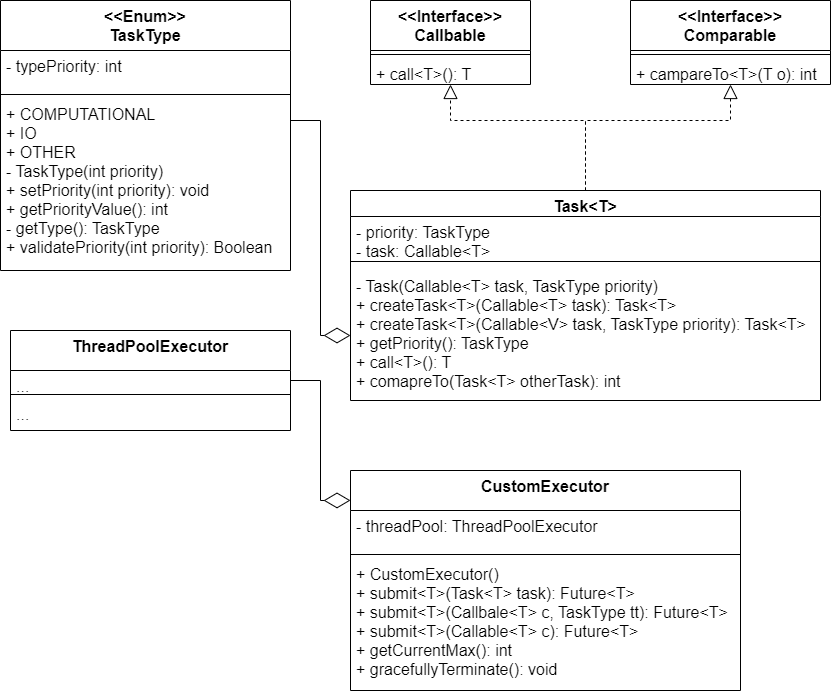
Sari-Saif/OOP.Assignment2 keeps this draw.io diagram as UML_part_B.png. Above is the earlier version. Source tidied: cells renumbered, new cells last; positions are measured from the earlier drawing's top-left corner, leaving out a move shared by most shapes.
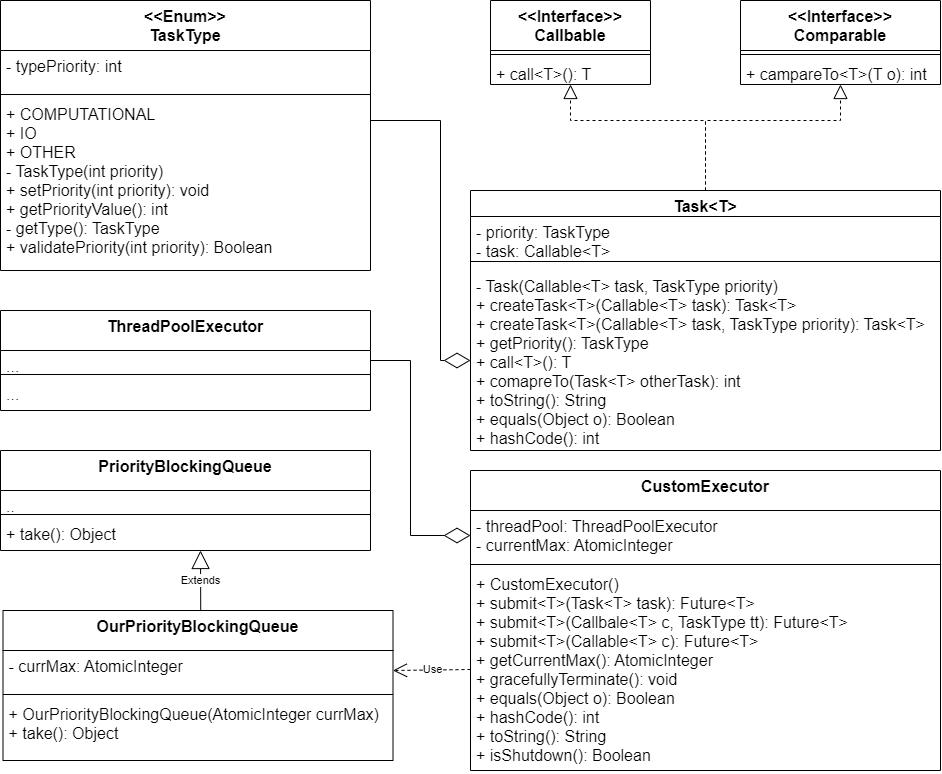
Above is the later version.

Change to the diagram source:
```diff
@@ -12,7 +12,7 @@
       <mxGeometry y="58" width="160" height="26" as="geometry" />
     </mxCell>
     <mxCell id="5" value="&lt;&lt;Interface&gt;&gt;&#10;Comparable" style="swimlane;fontStyle=1;align=center;verticalAlign=top;horizontal=1;startSize=50;fontSize=16;" parent="1" vertex="1">
-      <mxGeometry x="630" width="200" height="84" as="geometry" />
+      <mxGeometry x="620" width="200" height="84" as="geometry" />
     </mxCell>
     <mxCell id="6" style="line;strokeWidth=1;fillColor=none;align=left;verticalAlign=middle;spacingTop=-1;spacingLeft=3;spacingRight=3;labelPosition=right;strokeColor=inherit;fontSize=16;" parent="5" vertex="1">
       <mxGeometry y="50" width="200" height="8" as="geometry" />
@@ -21,7 +21,7 @@
       <mxGeometry y="58" width="200" height="26" as="geometry" />
     </mxCell>
     <mxCell id="8" value="Task&lt;T&gt;" style="swimlane;fontStyle=1;align=center;verticalAlign=top;horizontal=1;startSize=26;fontSize=16;" parent="1" vertex="1">
-      <mxGeometry x="350" y="190" width="470" height="210" as="geometry" />
+      <mxGeometry x="350" y="190" width="470" height="260" as="geometry" />
     </mxCell>
     <mxCell id="9" value="- priority: TaskType&#10;- task: Callable&lt;T&gt;" style="text;strokeColor=none;fillColor=none;align=left;verticalAlign=top;spacingLeft=4;spacingRight=4;overflow=hidden;fontSize=16;" parent="8" vertex="1">
       <mxGeometry y="26" width="470" height="36" as="geometry" />
@@ -29,8 +29,8 @@
     <mxCell id="10" style="line;strokeWidth=1;fillColor=none;align=left;verticalAlign=middle;spacingTop=-1;spacingLeft=3;spacingRight=3;labelPosition=right;strokeColor=inherit;fontSize=16;" parent="8" vertex="1">
       <mxGeometry y="62" width="470" height="18" as="geometry" />
     </mxCell>
-    <mxCell id="11" value="- Task(Callable&lt;T&gt; task, TaskType priority)&#10;+ createTask&lt;T&gt;(Callable&lt;T&gt; task): Task&lt;T&gt;&#10;+ createTask&lt;T&gt;(Callable&lt;V&gt; task, TaskType priority): Task&lt;T&gt;&#10;+ getPriority(): TaskType&#10;+ call&lt;T&gt;(): T&#10;+ comapreTo(Task&lt;T&gt; otherTask): int" style="text;strokeColor=none;fillColor=none;align=left;verticalAlign=top;spacingLeft=4;spacingRight=4;overflow=hidden;points=[[0,0.5],[1,0.5]];portConstraint=eastwest;fontSize=16;" parent="8" vertex="1">
-      <mxGeometry y="80" width="470" height="130" as="geometry" />
+    <mxCell id="11" value="- Task(Callable&lt;T&gt; task, TaskType priority)&#10;+ createTask&lt;T&gt;(Callable&lt;T&gt; task): Task&lt;T&gt;&#10;+ createTask&lt;T&gt;(Callable&lt;T&gt; task, TaskType priority): Task&lt;T&gt;&#10;+ getPriority(): TaskType&#10;+ call&lt;T&gt;(): T&#10;+ comapreTo(Task&lt;T&gt; otherTask): int&#10;+ toString(): String&#10;+ equals(Object o): Boolean&#10;+ hashCode(): int" style="text;strokeColor=none;fillColor=none;align=left;verticalAlign=top;spacingLeft=4;spacingRight=4;overflow=hidden;points=[[0,0.5],[1,0.5]];portConstraint=eastwest;fontSize=16;" parent="8" vertex="1">
+      <mxGeometry y="80" width="470" height="180" as="geometry" />
     </mxCell>
     <mxCell id="12" style="endArrow=block;dashed=1;endFill=0;endSize=12;html=1;rounded=0;fontSize=12;exitX=0.5;exitY=0;exitDx=0;exitDy=0;" parent="1" edge="1" source="8" target="4">
       <mxGeometry relative="1" as="geometry">
@@ -44,62 +44,94 @@
       <mxGeometry relative="1" as="geometry">
         <Array as="points">
           <mxPoint x="585" y="120" />
-          <mxPoint x="730" y="120" />
+          <mxPoint x="720" y="120" />
         </Array>
       </mxGeometry>
     </mxCell>
     <mxCell id="14" value="&lt;&lt;Enum&gt;&gt;&#10;TaskType" style="swimlane;fontStyle=1;align=center;verticalAlign=top;horizontal=1;startSize=50;fontSize=16;" parent="1" vertex="1">
-      <mxGeometry width="290" height="270" as="geometry" />
+      <mxGeometry x="-120" width="370" height="270" as="geometry" />
     </mxCell>
     <mxCell id="15" value="- typePriority: int" style="text;strokeColor=none;fillColor=none;align=left;verticalAlign=top;spacingLeft=4;spacingRight=4;overflow=hidden;fontSize=16;" parent="14" vertex="1">
-      <mxGeometry y="50" width="290" height="40" as="geometry" />
+      <mxGeometry y="50" width="370" height="40" as="geometry" />
     </mxCell>
     <mxCell id="16" style="line;strokeWidth=1;fillColor=none;align=left;verticalAlign=middle;spacingTop=-1;spacingLeft=3;spacingRight=3;labelPosition=right;strokeColor=inherit;fontSize=16;" parent="14" vertex="1">
-      <mxGeometry y="90" width="290" height="8" as="geometry" />
+      <mxGeometry y="90" width="370" height="8" as="geometry" />
     </mxCell>
     <mxCell id="17" value="+ COMPUTATIONAL&#10;+ IO&#10;+ OTHER&#10;- TaskType(int priority)&#10;+ setPriority(int priority): void&#10;+ getPriorityValue(): int&#10;- getType(): TaskType&#10;+ validatePriority(int priority): Boolean&#10;" style="text;strokeColor=none;fillColor=none;align=left;verticalAlign=top;spacingLeft=4;spacingRight=4;overflow=hidden;fontSize=16;" parent="14" vertex="1">
-      <mxGeometry y="98" width="290" height="172" as="geometry" />
+      <mxGeometry y="98" width="370" height="172" as="geometry" />
     </mxCell>
     <mxCell id="18" value="CustomExecutor" style="swimlane;fontStyle=1;align=center;verticalAlign=top;horizontal=1;startSize=40;fontSize=16;" parent="1" vertex="1">
-      <mxGeometry x="350" y="470" width="390" height="220" as="geometry" />
+      <mxGeometry x="350" y="470" width="470" height="300" as="geometry" />
     </mxCell>
-    <mxCell id="19" value="- threadPool: ThreadPoolExecutor" style="text;strokeColor=none;fillColor=none;align=left;verticalAlign=top;spacingLeft=4;spacingRight=4;overflow=hidden;points=[[0,0.5],[1,0.5]];portConstraint=eastwest;fontSize=16;" parent="18" vertex="1">
-      <mxGeometry y="40" width="390" height="40" as="geometry" />
+    <mxCell id="19" value="- threadPool: ThreadPoolExecutor&#10;- currentMax: AtomicInteger" style="text;strokeColor=none;fillColor=none;align=left;verticalAlign=top;spacingLeft=4;spacingRight=4;overflow=hidden;points=[[0,0.5],[1,0.5]];portConstraint=eastwest;fontSize=16;" parent="18" vertex="1">
+      <mxGeometry y="40" width="470" height="50" as="geometry" />
     </mxCell>
     <mxCell id="20" style="line;strokeWidth=1;fillColor=none;align=left;verticalAlign=middle;spacingTop=-1;spacingLeft=3;spacingRight=3;labelPosition=right;strokeColor=inherit;fontSize=16;" parent="18" vertex="1">
-      <mxGeometry y="80" width="390" height="8" as="geometry" />
+      <mxGeometry y="90" width="470" height="8" as="geometry" />
     </mxCell>
-    <mxCell id="21" value="+ CustomExecutor()&#10;+ submit&lt;T&gt;(Task&lt;T&gt; task): Future&lt;T&gt;&#10;+ submit&lt;T&gt;(Callbale&lt;T&gt; c, TaskType tt): Future&lt;T&gt;&#10;+ submit&lt;T&gt;(Callable&lt;T&gt; c): Future&lt;T&gt;&#10;+ getCurrentMax(): int&#10;+ gracefullyTerminate(): void" style="text;strokeColor=none;fillColor=none;align=left;verticalAlign=top;spacingLeft=4;spacingRight=4;overflow=hidden;points=[[0,0.5],[1,0.5]];portConstraint=eastwest;fontSize=16;" parent="18" vertex="1">
-      <mxGeometry y="88" width="390" height="132" as="geometry" />
+    <mxCell id="21" value="+ CustomExecutor()&#10;+ submit&lt;T&gt;(Task&lt;T&gt; task): Future&lt;T&gt;&#10;+ submit&lt;T&gt;(Callbale&lt;T&gt; c, TaskType tt): Future&lt;T&gt;&#10;+ submit&lt;T&gt;(Callable&lt;T&gt; c): Future&lt;T&gt;&#10;+ getCurrentMax(): AtomicInteger&#10;+ gracefullyTerminate(): void&#10;+ equals(Object o): Boolean&#10;+ hashCode(): int&#10;+ toString(): String&#10;+ isShutdown(): Boolean" style="text;strokeColor=none;fillColor=none;align=left;verticalAlign=top;spacingLeft=4;spacingRight=4;overflow=hidden;points=[[0,0.5],[1,0.5]];portConstraint=eastwest;fontSize=16;" parent="18" vertex="1">
+      <mxGeometry y="98" width="470" height="202" as="geometry" />
     </mxCell>
     <mxCell id="22" value="ThreadPoolExecutor" style="swimlane;fontStyle=1;align=center;verticalAlign=top;horizontal=1;startSize=40;fontSize=16;" parent="1" vertex="1">
-      <mxGeometry x="10" y="330" width="280" height="100" as="geometry" />
+      <mxGeometry x="-120" y="310" width="370" height="100" as="geometry" />
     </mxCell>
     <mxCell id="23" value="..." style="text;strokeColor=none;fillColor=none;align=left;verticalAlign=top;spacingLeft=4;spacingRight=4;overflow=hidden;points=[[0,0.5],[1,0.5]];portConstraint=eastwest;fontSize=16;" parent="22" vertex="1">
-      <mxGeometry y="40" width="280" height="20" as="geometry" />
+      <mxGeometry y="40" width="370" height="20" as="geometry" />
     </mxCell>
     <mxCell id="24" style="line;strokeWidth=1;fillColor=none;align=left;verticalAlign=middle;spacingTop=-1;spacingLeft=3;spacingRight=3;labelPosition=right;strokeColor=inherit;fontSize=16;" parent="22" vertex="1">
-      <mxGeometry y="60" width="280" height="8" as="geometry" />
+      <mxGeometry y="60" width="370" height="8" as="geometry" />
     </mxCell>
     <mxCell id="25" value="..." style="text;strokeColor=none;fillColor=none;align=left;verticalAlign=top;spacingLeft=4;spacingRight=4;overflow=hidden;fontSize=16;" parent="22" vertex="1">
-      <mxGeometry y="68" width="280" height="32" as="geometry" />
+      <mxGeometry y="68" width="370" height="32" as="geometry" />
     </mxCell>
-    <mxCell id="26" style="endArrow=diamondThin;endFill=0;endSize=24;html=1;rounded=0;entryX=0;entryY=0.136;entryDx=0;entryDy=0;exitX=1;exitY=0.5;exitDx=0;exitDy=0;entryPerimeter=0;" parent="1" edge="1" source="23" target="18">
+    <mxCell id="26" style="endArrow=diamondThin;endFill=0;endSize=24;html=1;rounded=0;entryX=0;entryY=0.5;entryDx=0;entryDy=0;exitX=1;exitY=0.5;exitDx=0;exitDy=0;" parent="1" edge="1" source="23" target="19">
       <mxGeometry relative="1" as="geometry">
         <Array as="points">
-          <mxPoint x="320" y="380" />
-          <mxPoint x="320" y="500" />
+          <mxPoint x="290" y="360" />
+          <mxPoint x="290" y="535" />
         </Array>
       </mxGeometry>
     </mxCell>
     <mxCell id="27" style="endArrow=diamondThin;endFill=0;endSize=24;html=1;rounded=0;entryX=0;entryY=0.5;entryDx=0;entryDy=0;" parent="1" edge="1" target="11">
       <mxGeometry relative="1" as="geometry">
-        <mxPoint x="290" y="120" as="sourcePoint" />
+        <mxPoint x="250" y="120" as="sourcePoint" />
         <Array as="points">
           <mxPoint x="320" y="120" />
-          <mxPoint x="320" y="335" />
+          <mxPoint x="320" y="360" />
         </Array>
       </mxGeometry>
     </mxCell>
+    <mxCell id="28" value="Use" style="endArrow=open;endSize=12;dashed=1;html=1;rounded=0;exitX=0;exitY=0.5;exitDx=0;exitDy=0;entryX=1;entryY=0.5;entryDx=0;entryDy=0;" parent="1" edge="1" source="21" target="34">
+      <mxGeometry relative="1" as="geometry" />
+    </mxCell>
+    <mxCell id="29" value="PriorityBlockingQueue" style="swimlane;fontStyle=1;align=center;verticalAlign=top;horizontal=1;startSize=40;fontSize=16;" parent="1" vertex="1">
+      <mxGeometry x="-120" y="450" width="370" height="100" as="geometry" />
+    </mxCell>
+    <mxCell id="30" value=".." style="text;strokeColor=none;fillColor=none;align=left;verticalAlign=top;spacingLeft=4;spacingRight=4;overflow=hidden;fontSize=16;" parent="29" vertex="1">
+      <mxGeometry y="40" width="370" height="20" as="geometry" />
+    </mxCell>
+    <mxCell id="31" style="line;strokeWidth=1;fillColor=none;align=left;verticalAlign=middle;spacingTop=-1;spacingLeft=3;spacingRight=3;labelPosition=right;strokeColor=inherit;fontSize=16;" parent="29" vertex="1">
+      <mxGeometry y="60" width="370" height="8" as="geometry" />
+    </mxCell>
+    <mxCell id="32" value="+ take(): Object" style="text;strokeColor=none;fillColor=none;align=left;verticalAlign=top;spacingLeft=4;spacingRight=4;overflow=hidden;fontSize=16;" parent="29" vertex="1">
+      <mxGeometry y="68" width="370" height="32" as="geometry" />
+    </mxCell>
+    <mxCell id="33" value="OurPriorityBlockingQueue" style="swimlane;fontStyle=1;align=center;verticalAlign=top;horizontal=1;startSize=40;fontSize=16;" parent="1" vertex="1">
+      <mxGeometry x="-117.5" y="610" width="390" height="150" as="geometry" />
+    </mxCell>
+    <mxCell id="34" value="- currMax: AtomicInteger" style="text;strokeColor=none;fillColor=none;align=left;verticalAlign=top;spacingLeft=4;spacingRight=4;overflow=hidden;points=[[0,0.5],[1,0.5]];portConstraint=eastwest;fontSize=16;" parent="33" vertex="1">
+      <mxGeometry y="40" width="390" height="40" as="geometry" />
+    </mxCell>
+    <mxCell id="35" style="line;strokeWidth=1;fillColor=none;align=left;verticalAlign=middle;spacingTop=-1;spacingLeft=3;spacingRight=3;labelPosition=right;strokeColor=inherit;fontSize=16;" parent="33" vertex="1">
+      <mxGeometry y="80" width="390" height="8" as="geometry" />
+    </mxCell>
+    <mxCell id="36" value="+ OurPriorityBlockingQueue(AtomicInteger currMax)&#10;+ take(): Object" style="text;strokeColor=none;fillColor=none;align=left;verticalAlign=top;spacingLeft=4;spacingRight=4;overflow=hidden;fontSize=16;" parent="33" vertex="1">
+      <mxGeometry y="88" width="390" height="62" as="geometry" />
+    </mxCell>
+    <mxCell id="37" value="Extends" style="endArrow=block;endSize=16;endFill=0;html=1;rounded=0;exitX=0.507;exitY=-0.001;exitDx=0;exitDy=0;exitPerimeter=0;" parent="1" edge="1" source="33">
+      <mxGeometry relative="1" as="geometry">
+        <mxPoint x="80" y="550" as="targetPoint" />
+      </mxGeometry>
+    </mxCell>
   </root>
 </mxGraphModel>
```
